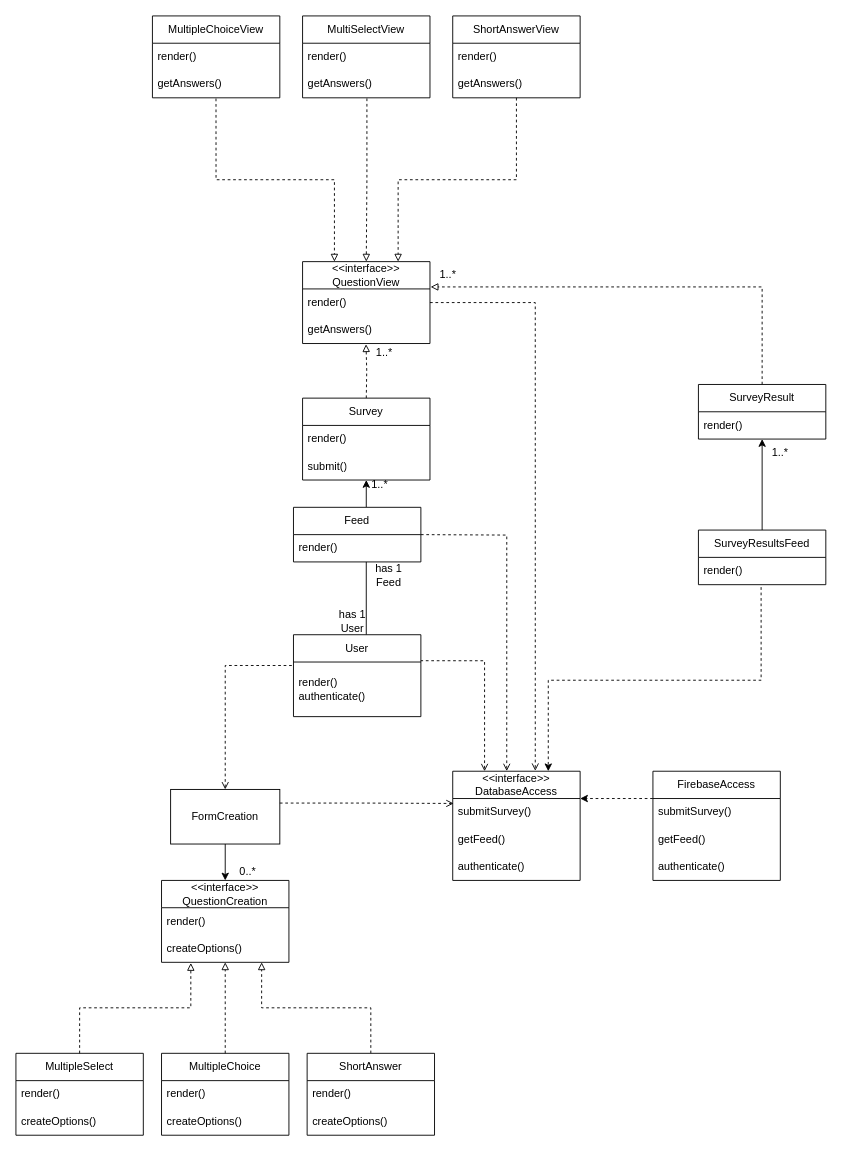
This is docs/design/class_diagram.drawio from jhu-oose-f24/Team-SuperSurveyors, a draw.io file, before an edit. Source tidied: cells renumbered, new cells numbered last; positions are measured from the earlier drawing's top-left corner, leaving out a move shared by most shapes. Both pictures are drawn from the tidied source at 91%, with x=0, y=0 at pixel (15, 15).
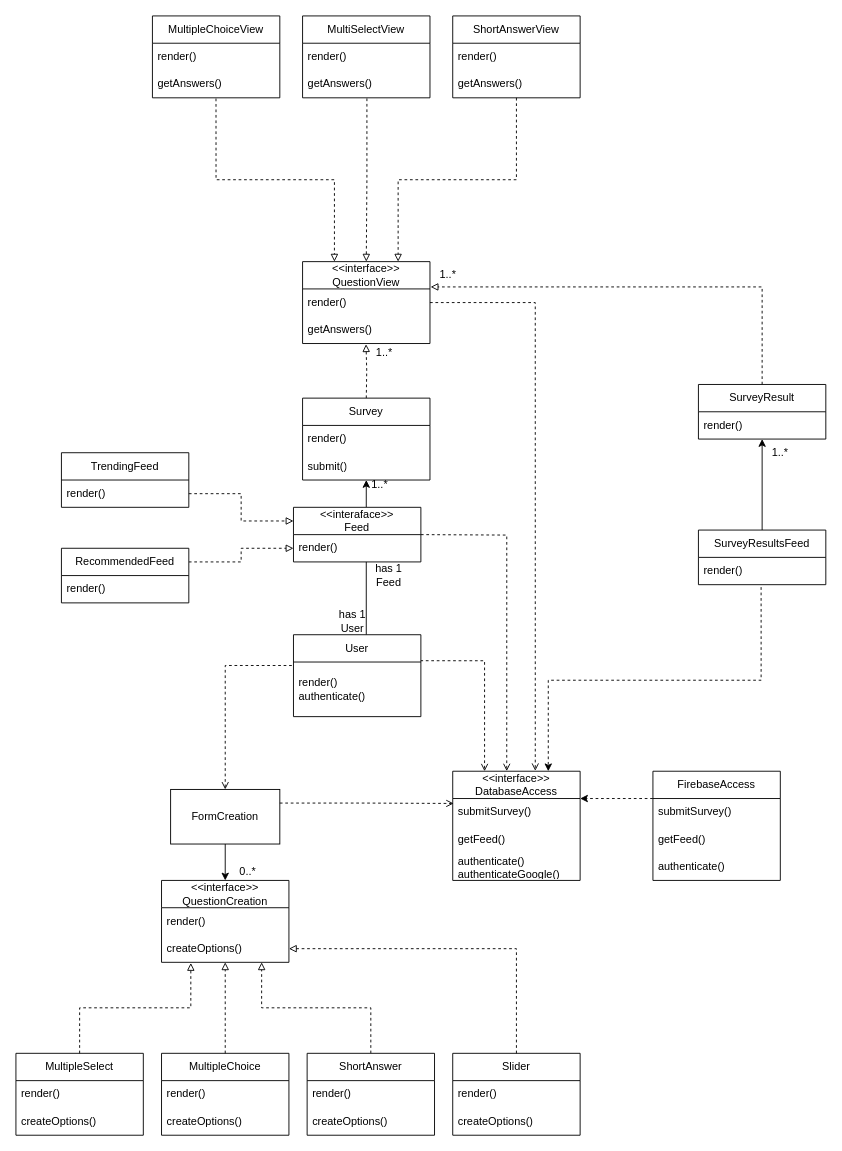
Above is the later version.

Commit message (it also covers changes not shown here):
Class diagram for it5 done

The change refers to these unchanged cells:
```xml
<mxCell id="36" value="render()" style="text;strokeColor=none;fillColor=none;align=left;verticalAlign=middle;spacingLeft=4;spacingRight=4;overflow=hidden;points=[[0,0.5],[1,0.5]];portConstraint=eastwest;whiteSpace=wrap;html=1;" parent="35" vertex="1">
  <mxGeometry y="30" width="140" height="30" as="geometry" />
</mxCell>
<mxCell id="37" value="&amp;lt;&amp;lt;interface&amp;gt;&amp;gt;&lt;div&gt;DatabaseAccess&lt;/div&gt;" style="swimlane;fontStyle=0;horizontal=1;startSize=30;whiteSpace=wrap;html=1;" parent="1" vertex="1">
  <mxGeometry x="480" y="830" width="140" height="120" as="geometry" />
</mxCell>
<mxCell id="48" value="createOptions()" style="text;strokeColor=none;fillColor=none;align=left;verticalAlign=middle;spacingLeft=4;spacingRight=4;overflow=hidden;points=[[0,0.5],[1,0.5]];portConstraint=eastwest;whiteSpace=wrap;html=1;" parent="46" vertex="1">
  <mxGeometry y="60" width="140" height="30" as="geometry" />
</mxCell>
```

What changed in the source:
```diff
@@
-    <mxCell id="35" value="Feed" style="swimlane;fontStyle=0;horizontal=1;startSize=30;whiteSpace=wrap;html=1;" parent="1" vertex="1">
+    <mxCell id="35" value="&lt;div&gt;&amp;lt;&amp;lt;interaface&amp;gt;&amp;gt;&lt;/div&gt;Feed" style="swimlane;fontStyle=0;horizontal=1;startSize=30;whiteSpace=wrap;html=1;" parent="1" vertex="1">
       <mxGeometry x="305" y="540" width="140" height="60" as="geometry" />
     </mxCell>
@@
-    <mxCell id="40" value="authenticate()" style="text;strokeColor=none;fillColor=none;align=left;verticalAlign=middle;spacingLeft=4;spacingRight=4;overflow=hidden;whiteSpace=wrap;html=1;" parent="37" vertex="1">
+    <mxCell id="40" value="authenticate()&lt;div&gt;authenticateGoogle()&lt;/div&gt;" style="text;strokeColor=none;fillColor=none;align=left;verticalAlign=middle;spacingLeft=4;spacingRight=4;overflow=hidden;whiteSpace=wrap;html=1;" parent="37" vertex="1">
       <mxGeometry y="90" width="140" height="30" as="geometry" />
     </mxCell>
@@
+    <mxCell id="72" value="&lt;div&gt;TrendingFeed&lt;/div&gt;" style="swimlane;fontStyle=0;horizontal=1;startSize=30;whiteSpace=wrap;html=1;" parent="1" vertex="1">
+      <mxGeometry x="50" y="480" width="140" height="60" as="geometry" />
+    </mxCell>
+    <mxCell id="73" value="render()" style="text;strokeColor=none;fillColor=none;align=left;verticalAlign=middle;spacingLeft=4;spacingRight=4;overflow=hidden;points=[[0,0.5],[1,0.5]];portConstraint=eastwest;whiteSpace=wrap;html=1;" parent="72" vertex="1">
+      <mxGeometry y="30" width="140" height="30" as="geometry" />
+    </mxCell>
+    <mxCell id="74" style="edgeStyle=orthogonalEdgeStyle;rounded=0;jettySize=auto;html=1;exitX=1;exitY=0.25;exitDx=0;exitDy=0;entryX=0;entryY=0.5;entryDx=0;entryDy=0;dashed=1;endArrow=block;endFill=0;" parent="1" edge="1" source="75" target="36">
+      <mxGeometry relative="1" as="geometry" />
+    </mxCell>
+    <mxCell id="75" value="RecommendedFeed" style="swimlane;fontStyle=0;horizontal=1;startSize=30;whiteSpace=wrap;html=1;" parent="1" vertex="1">
+      <mxGeometry x="50" y="585" width="140" height="60" as="geometry" />
+    </mxCell>
+    <mxCell id="76" value="render()" style="text;strokeColor=none;fillColor=none;align=left;verticalAlign=middle;spacingLeft=4;spacingRight=4;overflow=hidden;whiteSpace=wrap;html=1;" parent="75" vertex="1">
+      <mxGeometry y="30" width="140" height="30" as="geometry" />
+    </mxCell>
+    <mxCell id="77" style="edgeStyle=orthogonalEdgeStyle;rounded=0;jettySize=auto;html=1;exitX=1;exitY=0.5;exitDx=0;exitDy=0;entryX=0;entryY=0.25;entryDx=0;entryDy=0;dashed=1;endArrow=block;endFill=0;" parent="1" edge="1" source="73" target="35">
+      <mxGeometry relative="1" as="geometry" />
+    </mxCell>
+    <mxCell id="78" value="Slider" style="swimlane;fontStyle=0;horizontal=1;startSize=30;whiteSpace=wrap;html=1;" parent="1" vertex="1">
+      <mxGeometry x="480" y="1140" width="140" height="90" as="geometry" />
+    </mxCell>
+    <mxCell id="79" value="render()" style="text;strokeColor=none;fillColor=none;align=left;verticalAlign=middle;spacingLeft=4;spacingRight=4;overflow=hidden;whiteSpace=wrap;html=1;" parent="78" vertex="1">
+      <mxGeometry y="30" width="140" height="30" as="geometry" />
+    </mxCell>
+    <mxCell id="80" value="createOptions()" style="text;strokeColor=none;fillColor=none;align=left;verticalAlign=middle;spacingLeft=4;spacingRight=4;overflow=hidden;whiteSpace=wrap;html=1;" parent="78" vertex="1">
+      <mxGeometry y="60" width="140" height="30" as="geometry" />
+    </mxCell>
+    <mxCell id="81" style="edgeStyle=orthogonalEdgeStyle;rounded=0;jettySize=auto;html=1;endArrow=block;endFill=0;dashed=1;entryX=1;entryY=0.5;entryDx=0;entryDy=0;exitX=0.5;exitY=0;exitDx=0;exitDy=0;" parent="1" edge="1" source="78" target="48">
+      <mxGeometry relative="1" as="geometry" />
+    </mxCell>
```
